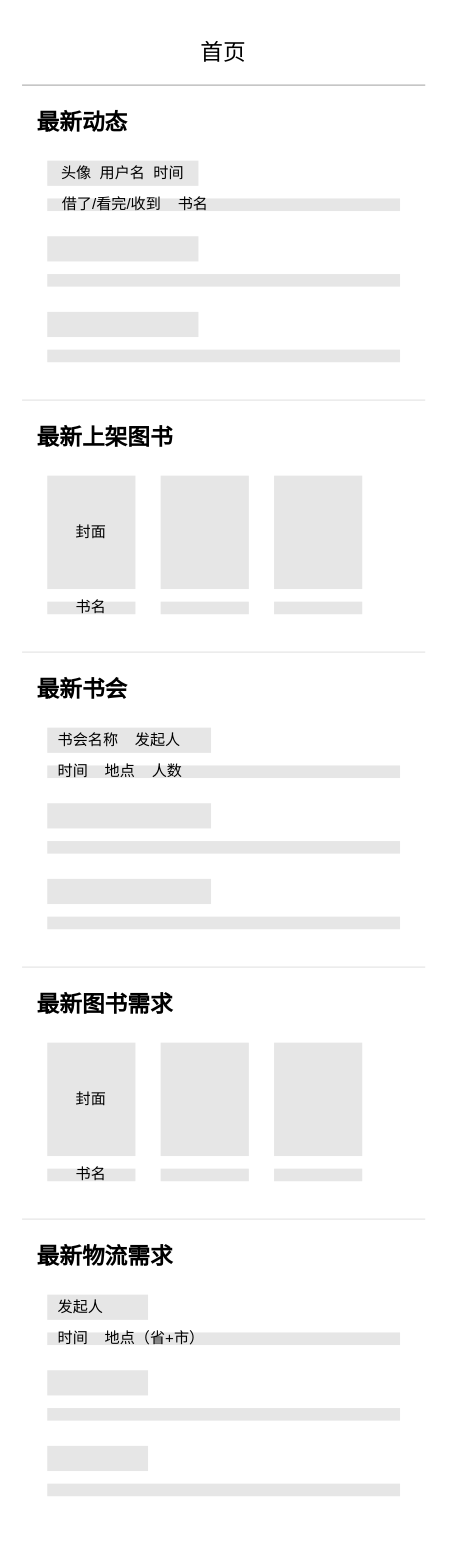
The draw.io diagram page "首页" (1 of 4) of design/Wireframes.drawio in New-Citizen-Program/WavePure, before the edit. Source tidied: cells renumbered, new cells numbered last; positions are measured from the earlier drawing's top-left corner, leaving out a move shared by most shapes. Both pictures are drawn from the tidied source at 126%, with x=0, y=0 at pixel (21, 21).
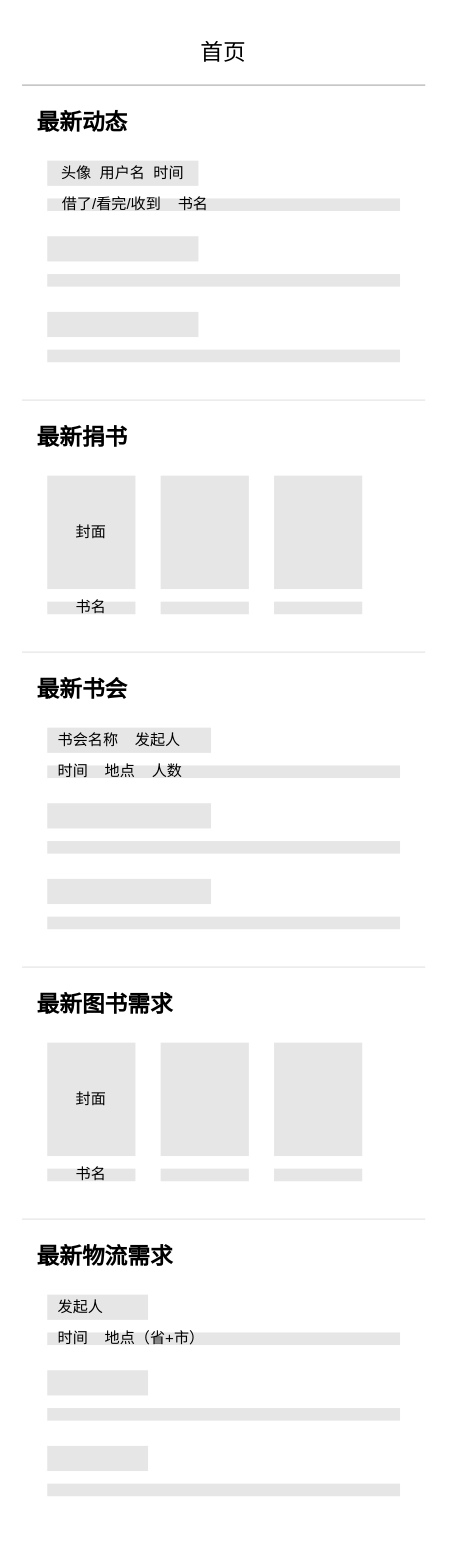
The same page after the edit.

Diff of the diagram source:
```diff
@@
-    <mxCell id="9" value="&lt;font style=&quot;font-size: 18px&quot;&gt;&lt;b&gt;&amp;nbsp; 最新上架图书&lt;/b&gt;&lt;/font&gt;" style="rounded=0;whiteSpace=wrap;html=1;fillColor=#ffffff;align=left;strokeColor=none;" parent="1" vertex="1">
+    <mxCell id="9" value="&lt;font style=&quot;font-size: 18px&quot;&gt;&lt;b&gt;&amp;nbsp; 最新捐书&lt;/b&gt;&lt;/font&gt;" style="rounded=0;whiteSpace=wrap;html=1;fillColor=#ffffff;align=left;strokeColor=none;" parent="1" vertex="1">
       <mxGeometry y="300" width="320" height="60" as="geometry" />
     </mxCell>
```
